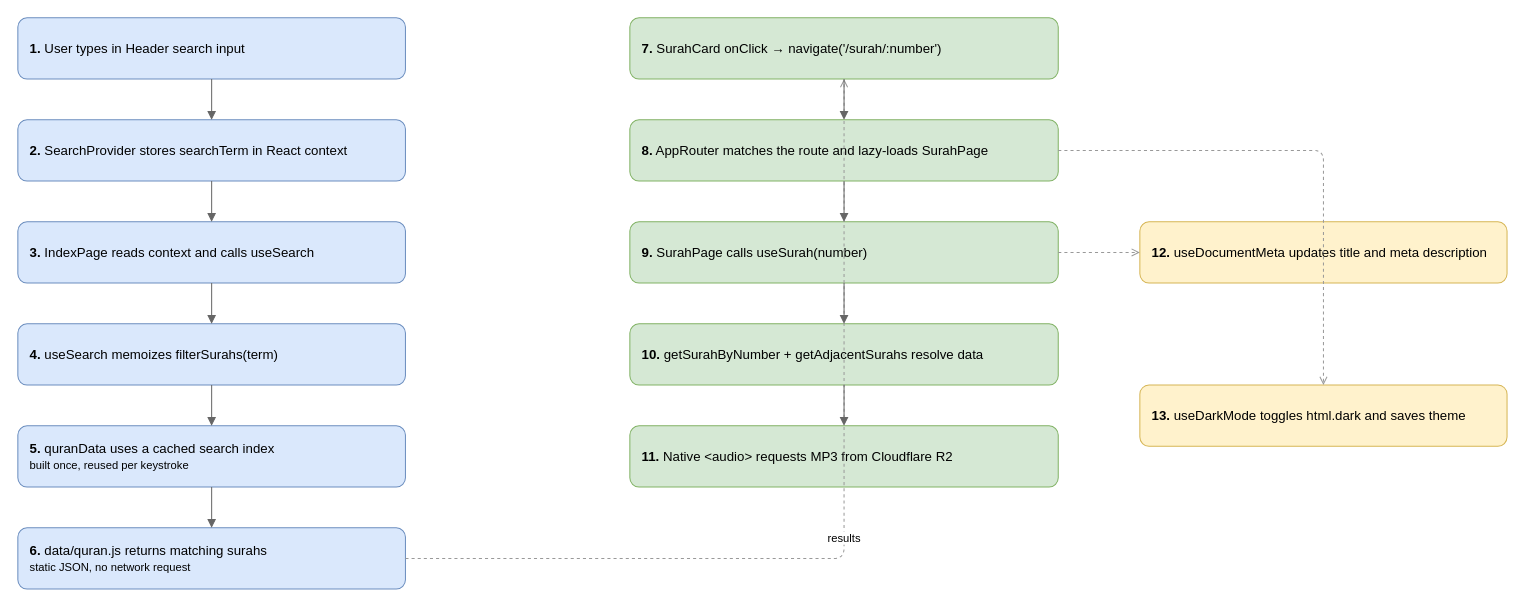
The draw.io diagram page "3. Search and Playback Flow" (3 of 3) of src/plan.drawio in HAMZAELMANZARI/Quran, before the edit. Source tidied: cells renumbered, new cells numbered last; positions are measured from the earlier drawing's top-left corner, leaving out a move shared by most shapes. Both pictures are drawn from the tidied source at 102%, with x=0, y=0 at pixel (17, 17).
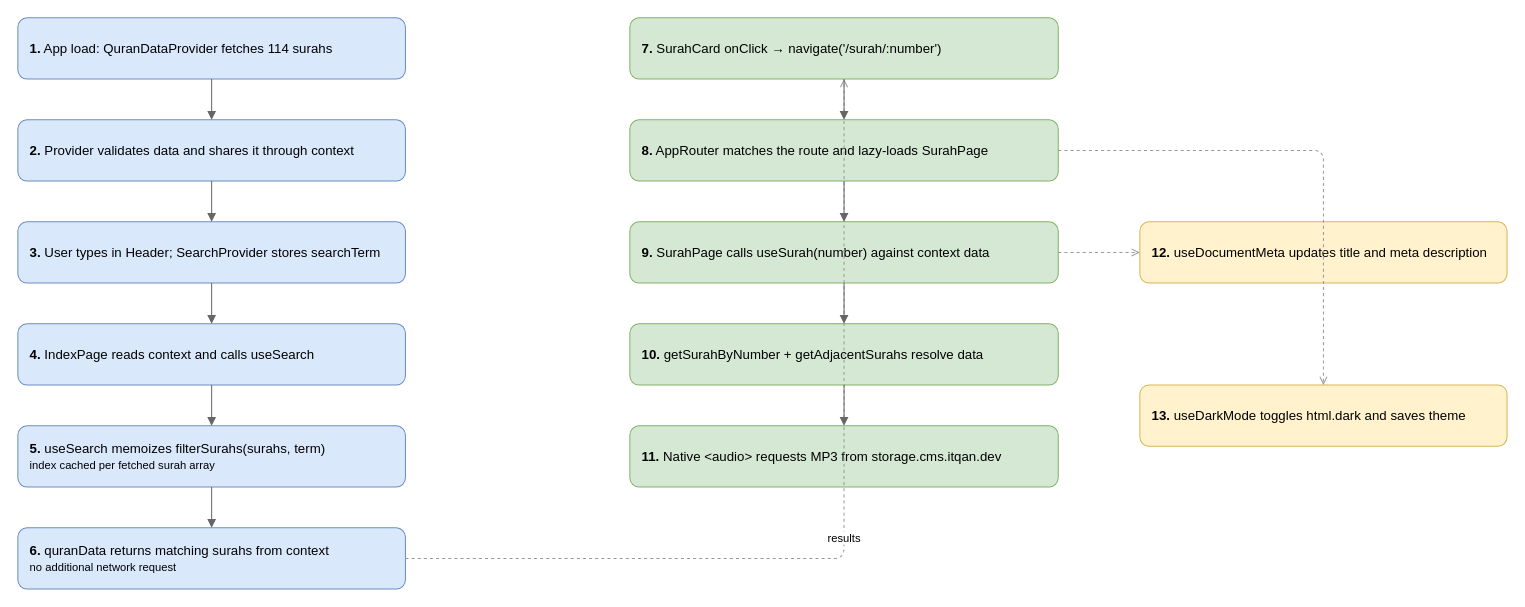
Above is the later version.

Diff of the diagram source:
```diff
@@
-    <mxCell id="2" value="&lt;b&gt;1.&lt;/b&gt; User types in Header search input" style="rounded=1;whiteSpace=wrap;html=1;fillColor=#dae8fc;strokeColor=#6c8ebf;fontSize=13;align=left;spacingLeft=10;" parent="1" vertex="1">
+    <mxCell id="2" value="&lt;b&gt;1.&lt;/b&gt; App load: QuranDataProvider fetches 114 surahs" style="rounded=1;whiteSpace=wrap;html=1;fillColor=#dae8fc;strokeColor=#6c8ebf;fontSize=13;align=left;spacingLeft=10;" parent="1" vertex="1">
       <mxGeometry width="380" height="60" as="geometry" />
     </mxCell>
-    <mxCell id="3" value="&lt;b&gt;2.&lt;/b&gt; SearchProvider stores searchTerm in React context" style="rounded=1;whiteSpace=wrap;html=1;fillColor=#dae8fc;strokeColor=#6c8ebf;fontSize=13;align=left;spacingLeft=10;" parent="1" vertex="1">
+    <mxCell id="3" value="&lt;b&gt;2.&lt;/b&gt; Provider validates data and shares it through context" style="rounded=1;whiteSpace=wrap;html=1;fillColor=#dae8fc;strokeColor=#6c8ebf;fontSize=13;align=left;spacingLeft=10;" parent="1" vertex="1">
       <mxGeometry y="100" width="380" height="60" as="geometry" />
     </mxCell>
-    <mxCell id="4" value="&lt;b&gt;3.&lt;/b&gt; IndexPage reads context and calls useSearch" style="rounded=1;whiteSpace=wrap;html=1;fillColor=#dae8fc;strokeColor=#6c8ebf;fontSize=13;align=left;spacingLeft=10;" parent="1" vertex="1">
+    <mxCell id="4" value="&lt;b&gt;3.&lt;/b&gt; User types in Header; SearchProvider stores searchTerm" style="rounded=1;whiteSpace=wrap;html=1;fillColor=#dae8fc;strokeColor=#6c8ebf;fontSize=13;align=left;spacingLeft=10;" parent="1" vertex="1">
       <mxGeometry y="200" width="380" height="60" as="geometry" />
     </mxCell>
-    <mxCell id="5" value="&lt;b&gt;4.&lt;/b&gt; useSearch memoizes filterSurahs(term)" style="rounded=1;whiteSpace=wrap;html=1;fillColor=#dae8fc;strokeColor=#6c8ebf;fontSize=13;align=left;spacingLeft=10;" parent="1" vertex="1">
+    <mxCell id="5" value="&lt;b&gt;4.&lt;/b&gt; IndexPage reads context and calls useSearch" style="rounded=1;whiteSpace=wrap;html=1;fillColor=#dae8fc;strokeColor=#6c8ebf;fontSize=13;align=left;spacingLeft=10;" parent="1" vertex="1">
       <mxGeometry y="300" width="380" height="60" as="geometry" />
     </mxCell>
-    <mxCell id="6" value="&lt;b&gt;5.&lt;/b&gt; quranData uses a cached search index&lt;br&gt;&lt;font style='font-size:11px'&gt;built once, reused per keystroke&lt;/font&gt;" style="rounded=1;whiteSpace=wrap;html=1;fillColor=#dae8fc;strokeColor=#6c8ebf;fontSize=13;align=left;spacingLeft=10;" parent="1" vertex="1">
+    <mxCell id="6" value="&lt;b&gt;5.&lt;/b&gt; useSearch memoizes filterSurahs(surahs, term)&lt;br&gt;&lt;font style='font-size:11px'&gt;index cached per fetched surah array&lt;/font&gt;" style="rounded=1;whiteSpace=wrap;html=1;fillColor=#dae8fc;strokeColor=#6c8ebf;fontSize=13;align=left;spacingLeft=10;" parent="1" vertex="1">
       <mxGeometry y="400" width="380" height="60" as="geometry" />
     </mxCell>
-    <mxCell id="7" value="&lt;b&gt;6.&lt;/b&gt; data/quran.js returns matching surahs&lt;br&gt;&lt;font style='font-size:11px'&gt;static JSON, no network request&lt;/font&gt;" style="rounded=1;whiteSpace=wrap;html=1;fillColor=#dae8fc;strokeColor=#6c8ebf;fontSize=13;align=left;spacingLeft=10;" parent="1" vertex="1">
+    <mxCell id="7" value="&lt;b&gt;6.&lt;/b&gt; quranData returns matching surahs from context&lt;br&gt;&lt;font style='font-size:11px'&gt;no additional network request&lt;/font&gt;" style="rounded=1;whiteSpace=wrap;html=1;fillColor=#dae8fc;strokeColor=#6c8ebf;fontSize=13;align=left;spacingLeft=10;" parent="1" vertex="1">
       <mxGeometry y="500" width="380" height="60" as="geometry" />
     </mxCell>
@@
-    <mxCell id="10" value="&lt;b&gt;9.&lt;/b&gt; SurahPage calls useSurah(number)" style="rounded=1;whiteSpace=wrap;html=1;fillColor=#d5e8d4;strokeColor=#82b366;fontSize=13;align=left;spacingLeft=10;" parent="1" vertex="1">
+    <mxCell id="10" value="&lt;b&gt;9.&lt;/b&gt; SurahPage calls useSurah(number) against context data" style="rounded=1;whiteSpace=wrap;html=1;fillColor=#d5e8d4;strokeColor=#82b366;fontSize=13;align=left;spacingLeft=10;" parent="1" vertex="1">
       <mxGeometry x="600" y="200" width="420" height="60" as="geometry" />
     </mxCell>
@@
-    <mxCell id="12" value="&lt;b&gt;11.&lt;/b&gt; Native &amp;lt;audio&amp;gt; requests MP3 from Cloudflare R2" style="rounded=1;whiteSpace=wrap;html=1;fillColor=#d5e8d4;strokeColor=#82b366;fontSize=13;align=left;spacingLeft=10;" parent="1" vertex="1">
+    <mxCell id="12" value="&lt;b&gt;11.&lt;/b&gt; Native &amp;lt;audio&amp;gt; requests MP3 from storage.cms.itqan.dev" style="rounded=1;whiteSpace=wrap;html=1;fillColor=#d5e8d4;strokeColor=#82b366;fontSize=13;align=left;spacingLeft=10;" parent="1" vertex="1">
       <mxGeometry x="600" y="400" width="420" height="60" as="geometry" />
     </mxCell>
```
